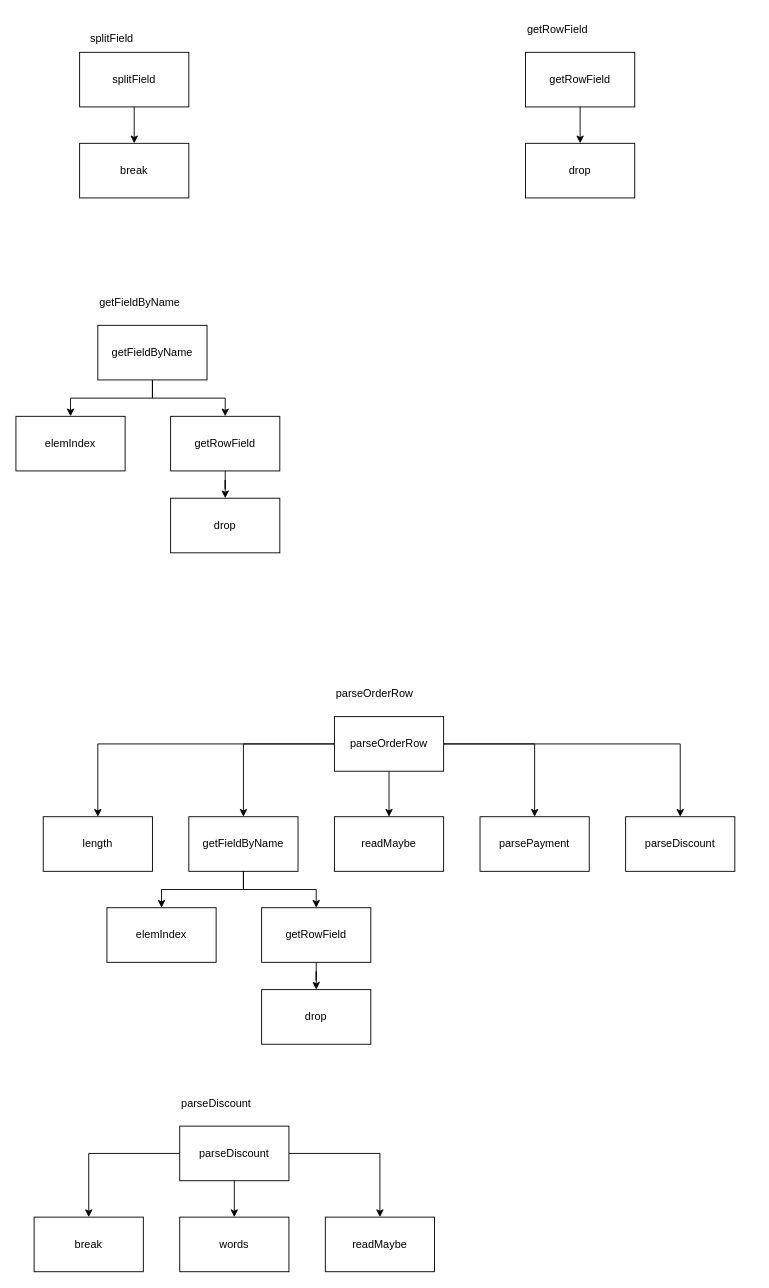
This is page "Page-3" (3 of 3) of FoodDeliveryAnalysis.drawio from qiaoyumok-530/food-delivery-analysis, a draw.io file, before an edit. Source tidied: cells renumbered, new cells numbered last; positions are measured from the earlier drawing's top-left corner, leaving out a move shared by most shapes. Both pictures are drawn from the tidied source at 91%, with x=0, y=0 at pixel (15, 15).
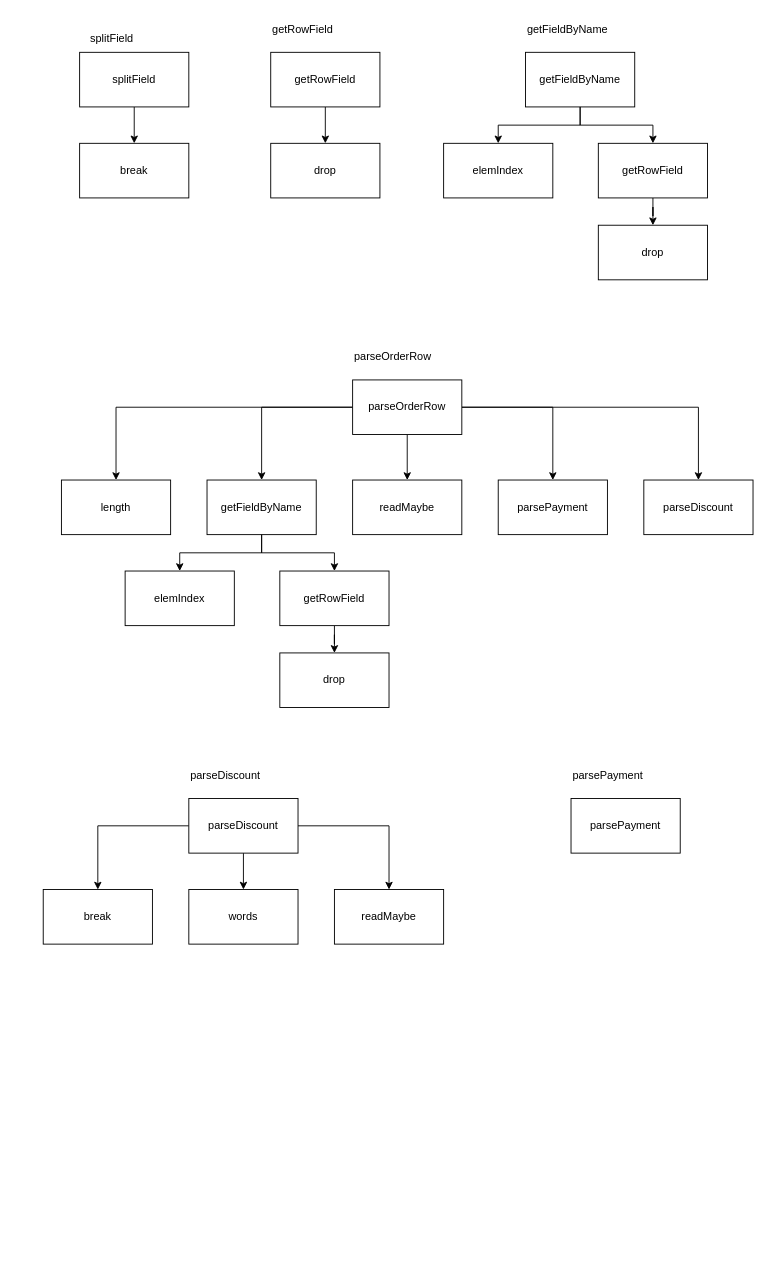
Above is the later version.

Diff of the diagram source:
```diff
@@
     <mxCell id="4" value="getRowField" style="text;html=1;whiteSpace=wrap;strokeColor=none;fillColor=none;align=left;verticalAlign=middle;rounded=0;" parent="1" vertex="1">
-      <mxGeometry x="560" width="180" height="30" as="geometry" />
+      <mxGeometry x="280" width="180" height="30" as="geometry" />
     </mxCell>
@@
     <mxCell id="7" value="getRowField" style="whiteSpace=wrap;html=1;" parent="1" vertex="1">
-      <mxGeometry x="560" y="40" width="120" height="60" as="geometry" />
+      <mxGeometry x="280" y="40" width="120" height="60" as="geometry" />
     </mxCell>
@@
     <mxCell id="9" value="drop" style="whiteSpace=wrap;html=1;" parent="1" vertex="1">
-      <mxGeometry x="560" y="140" width="120" height="60" as="geometry" />
+      <mxGeometry x="280" y="140" width="120" height="60" as="geometry" />
     </mxCell>
     <mxCell id="10" value="getFieldByName" style="text;html=1;whiteSpace=wrap;strokeColor=none;fillColor=none;align=left;verticalAlign=middle;rounded=0;" parent="1" vertex="1">
-      <mxGeometry x="90" y="300" width="180" height="30" as="geometry" />
+      <mxGeometry x="560" width="180" height="30" as="geometry" />
     </mxCell>
@@
     <mxCell id="12" value="getFieldByName" style="whiteSpace=wrap;html=1;" parent="1" vertex="1">
-      <mxGeometry x="90" y="340" width="120" height="60" as="geometry" />
+      <mxGeometry x="560" y="40" width="120" height="60" as="geometry" />
     </mxCell>
@@
     <mxCell id="14" value="elemIndex" style="whiteSpace=wrap;html=1;" parent="1" vertex="1">
-      <mxGeometry y="440" width="120" height="60" as="geometry" />
+      <mxGeometry x="470" y="140" width="120" height="60" as="geometry" />
     </mxCell>
@@
     <mxCell id="16" value="getRowField" style="whiteSpace=wrap;html=1;" parent="1" vertex="1">
-      <mxGeometry x="170" y="440" width="120" height="60" as="geometry" />
+      <mxGeometry x="640" y="140" width="120" height="60" as="geometry" />
     </mxCell>
@@
     <mxCell id="22" value="parseOrderRow" style="whiteSpace=wrap;html=1;" parent="1" vertex="1">
-      <mxGeometry x="350" y="770" width="120" height="60" as="geometry" />
+      <mxGeometry x="370" y="400" width="120" height="60" as="geometry" />
     </mxCell>
     <mxCell id="23" value="parseOrderRow" style="text;html=1;whiteSpace=wrap;strokeColor=none;fillColor=none;align=left;verticalAlign=middle;rounded=0;" parent="1" vertex="1">
-      <mxGeometry x="350" y="730" width="180" height="30" as="geometry" />
+      <mxGeometry x="370" y="360" width="180" height="30" as="geometry" />
     </mxCell>
     <mxCell id="24" value="drop" style="whiteSpace=wrap;html=1;" parent="1" vertex="1">
-      <mxGeometry x="170" y="530" width="120" height="60" as="geometry" />
+      <mxGeometry x="640" y="230" width="120" height="60" as="geometry" />
     </mxCell>
@@
     <mxCell id="26" value="getFieldByName" style="whiteSpace=wrap;html=1;" parent="1" vertex="1">
-      <mxGeometry x="190" y="880" width="120" height="60" as="geometry" />
+      <mxGeometry x="210" y="510" width="120" height="60" as="geometry" />
     </mxCell>
@@
     <mxCell id="28" value="elemIndex" style="whiteSpace=wrap;html=1;" parent="1" vertex="1">
-      <mxGeometry x="100" y="980" width="120" height="60" as="geometry" />
+      <mxGeometry x="120" y="610" width="120" height="60" as="geometry" />
     </mxCell>
@@
     <mxCell id="30" value="getRowField" style="whiteSpace=wrap;html=1;" parent="1" vertex="1">
-      <mxGeometry x="270" y="980" width="120" height="60" as="geometry" />
+      <mxGeometry x="290" y="610" width="120" height="60" as="geometry" />
     </mxCell>
     <mxCell id="31" value="drop" style="whiteSpace=wrap;html=1;" parent="1" vertex="1">
-      <mxGeometry x="270" y="1070" width="120" height="60" as="geometry" />
+      <mxGeometry x="290" y="700" width="120" height="60" as="geometry" />
     </mxCell>
     <mxCell id="32" value="length" style="whiteSpace=wrap;html=1;" parent="1" vertex="1">
-      <mxGeometry x="30" y="880" width="120" height="60" as="geometry" />
+      <mxGeometry x="50" y="510" width="120" height="60" as="geometry" />
     </mxCell>
     <mxCell id="33" value="readMaybe" style="whiteSpace=wrap;html=1;" parent="1" vertex="1">
-      <mxGeometry x="350" y="880" width="120" height="60" as="geometry" />
+      <mxGeometry x="370" y="510" width="120" height="60" as="geometry" />
     </mxCell>
     <mxCell id="34" value="parsePayment" style="whiteSpace=wrap;html=1;" parent="1" vertex="1">
-      <mxGeometry x="510" y="880" width="120" height="60" as="geometry" />
+      <mxGeometry x="530" y="510" width="120" height="60" as="geometry" />
     </mxCell>
     <mxCell id="35" value="parseDiscount" style="whiteSpace=wrap;html=1;" parent="1" vertex="1">
-      <mxGeometry x="670" y="880" width="120" height="60" as="geometry" />
+      <mxGeometry x="690" y="510" width="120" height="60" as="geometry" />
     </mxCell>
@@
     <mxCell id="39" value="parseDiscount" style="whiteSpace=wrap;html=1;" parent="1" vertex="1">
-      <mxGeometry x="180" y="1220" width="120" height="60" as="geometry" />
+      <mxGeometry x="190" y="860" width="120" height="60" as="geometry" />
     </mxCell>
     <mxCell id="40" value="parseDiscount" style="text;html=1;whiteSpace=wrap;strokeColor=none;fillColor=none;align=left;verticalAlign=middle;rounded=0;" parent="1" vertex="1">
-      <mxGeometry x="180" y="1180" width="180" height="30" as="geometry" />
+      <mxGeometry x="190" y="820" width="180" height="30" as="geometry" />
     </mxCell>
     <mxCell id="41" value="break" style="whiteSpace=wrap;html=1;" parent="1" vertex="1">
-      <mxGeometry x="20" y="1320" width="120" height="60" as="geometry" />
+      <mxGeometry x="30" y="960" width="120" height="60" as="geometry" />
     </mxCell>
     <mxCell id="42" value="words" style="whiteSpace=wrap;html=1;" parent="1" vertex="1">
-      <mxGeometry x="180" y="1320" width="120" height="60" as="geometry" />
+      <mxGeometry x="190" y="960" width="120" height="60" as="geometry" />
     </mxCell>
     <mxCell id="43" value="readMaybe" style="whiteSpace=wrap;html=1;" parent="1" vertex="1">
-      <mxGeometry x="340" y="1320" width="120" height="60" as="geometry" />
+      <mxGeometry x="350" y="960" width="120" height="60" as="geometry" />
     </mxCell>
+    <mxCell id="44" value="parsePayment" style="text;html=1;whiteSpace=wrap;strokeColor=none;fillColor=none;align=left;verticalAlign=middle;rounded=0;" parent="1" vertex="1">
+      <mxGeometry x="610" y="820" width="180" height="30" as="geometry" />
+    </mxCell>
+    <mxCell id="45" value="parsePayment" style="whiteSpace=wrap;html=1;" parent="1" vertex="1">
+      <mxGeometry x="610" y="860" width="120" height="60" as="geometry" />
+    </mxCell>
```
